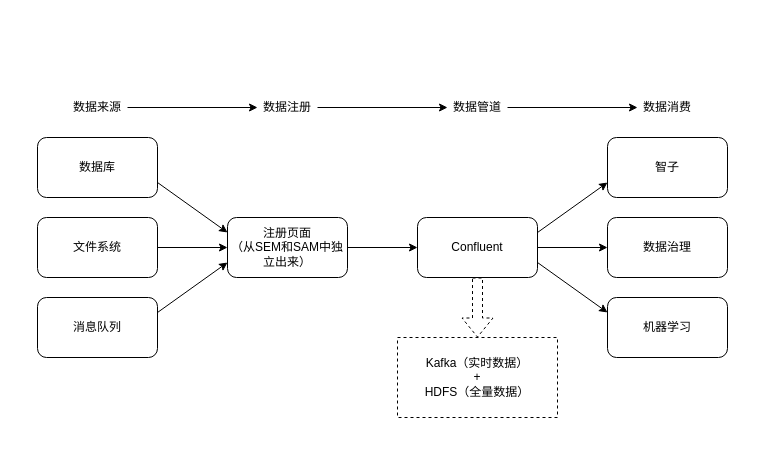
Above: 数据管道结构图.drawio in danielsunzhongyuan/drawio (draw.io), before the change. Source tidied: cells renumbered, new cells numbered last; positions are measured from the earlier drawing's top-left corner, leaving out a move shared by most shapes. Both pictures are drawn from the tidied source at 100%, with x=0, y=0 at pixel (37, 97).
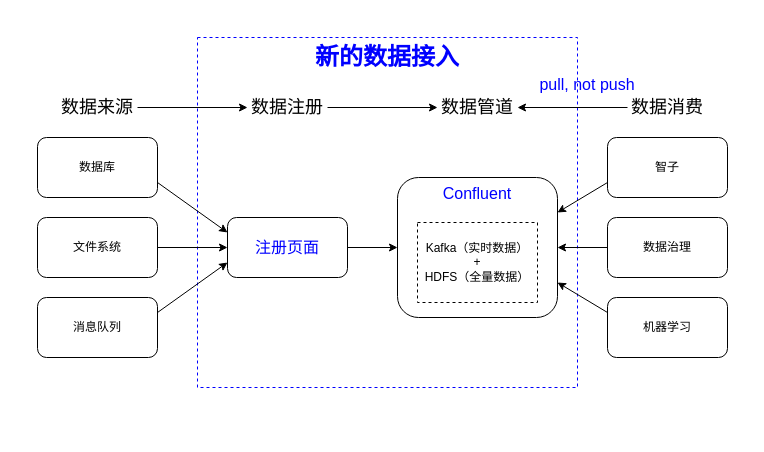
Above is the later version.

Commit message:
Update 数据管道结构图.drawio

The change refers to these unchanged cells:
```xml
<mxCell id="13" value="智子" style="rounded=1;whiteSpace=wrap;html=1;" parent="1" vertex="1">
  <mxGeometry x="570" y="40" width="120" height="60" as="geometry" />
</mxCell>
<mxCell id="19" value="数据治理" style="rounded=1;whiteSpace=wrap;html=1;" parent="1" vertex="1">
  <mxGeometry x="570" y="120" width="120" height="60" as="geometry" />
</mxCell>
<mxCell id="20" value="机器学习" style="rounded=1;whiteSpace=wrap;html=1;" parent="1" vertex="1">
  <mxGeometry x="570" y="200" width="120" height="60" as="geometry" />
</mxCell>
```

Diff of the diagram source:
```diff
@@
+    <mxCell id="27" style="rounded=0;whiteSpace=wrap;html=1;strokeColor=none;fillColor=none;gradientColor=none;fontSize=24;fontColor=#0000FF;" parent="1" vertex="1">
+      <mxGeometry x="-20" y="-80" width="730" height="390" as="geometry" />
+    </mxCell>
+    <mxCell id="28" style="rounded=0;whiteSpace=wrap;html=1;dashed=1;fillColor=none;gradientColor=none;strokeColor=#0000FF;" parent="1" vertex="1">
+      <mxGeometry x="160" y="-60" width="380" height="350" as="geometry" />
+    </mxCell>
@@
-    <mxCell id="3" value="数据来源" style="text;html=1;strokeColor=none;fillColor=none;align=center;verticalAlign=middle;whiteSpace=wrap;rounded=0;" parent="1" vertex="1">
-      <mxGeometry x="30" width="60" height="20" as="geometry" />
+    <mxCell id="3" value="数据来源" style="text;html=1;strokeColor=none;fillColor=none;align=center;verticalAlign=middle;whiteSpace=wrap;rounded=0;fontSize=18;" parent="1" vertex="1">
+      <mxGeometry x="20" width="80" height="20" as="geometry" />
     </mxCell>
@@
-    <mxCell id="5" value="数据注册" style="text;html=1;strokeColor=none;fillColor=none;align=center;verticalAlign=middle;whiteSpace=wrap;rounded=0;" parent="1" vertex="1">
-      <mxGeometry x="220" width="60" height="20" as="geometry" />
+    <mxCell id="5" value="数据注册" style="text;html=1;strokeColor=none;fillColor=none;align=center;verticalAlign=middle;whiteSpace=wrap;rounded=0;fontSize=18;" parent="1" vertex="1">
+      <mxGeometry x="210" width="80" height="20" as="geometry" />
     </mxCell>
-    <mxCell id="6" style="edgeStyle=orthogonalEdgeStyle;rounded=0;jettySize=auto;html=1;" parent="1" edge="1" source="7" target="8">
+    <mxCell id="6" style="edgeStyle=orthogonalEdgeStyle;rounded=0;jettySize=auto;html=1;" parent="1" edge="1" source="8" target="7">
       <mxGeometry relative="1" as="geometry" />
     </mxCell>
-    <mxCell id="7" value="数据管道&lt;br&gt;" style="text;html=1;strokeColor=none;fillColor=none;align=center;verticalAlign=middle;whiteSpace=wrap;rounded=0;" parent="1" vertex="1">
-      <mxGeometry x="410" width="60" height="20" as="geometry" />
+    <mxCell id="7" value="数据管道&lt;br style=&quot;font-size: 18px;&quot;&gt;" style="text;html=1;strokeColor=none;fillColor=none;align=center;verticalAlign=middle;whiteSpace=wrap;rounded=0;fontSize=18;" parent="1" vertex="1">
+      <mxGeometry x="400" width="80" height="20" as="geometry" />
     </mxCell>
-    <mxCell id="8" value="数据消费&lt;br&gt;" style="text;html=1;strokeColor=none;fillColor=none;align=center;verticalAlign=middle;whiteSpace=wrap;rounded=0;" parent="1" vertex="1">
-      <mxGeometry x="600" width="60" height="20" as="geometry" />
+    <mxCell id="8" value="数据消费&lt;br style=&quot;font-size: 18px;&quot;&gt;" style="text;html=1;strokeColor=none;fillColor=none;align=center;verticalAlign=middle;whiteSpace=wrap;rounded=0;fontSize=18;" parent="1" vertex="1">
+      <mxGeometry x="590" width="80" height="20" as="geometry" />
     </mxCell>
@@
-    <mxCell id="11" value="注册页面&lt;br&gt;（从SEM和SAM中独立出来）&lt;br&gt;" style="rounded=1;whiteSpace=wrap;html=1;" parent="1" vertex="1">
+    <mxCell id="11" value="&lt;font style=&quot;font-size: 16px&quot; color=&quot;#0000ff&quot;&gt;注册页面&lt;/font&gt;&lt;br&gt;" style="rounded=1;whiteSpace=wrap;html=1;" parent="1" vertex="1">
       <mxGeometry x="190" y="120" width="120" height="60" as="geometry" />
     </mxCell>
-    <mxCell id="12" value="Confluent" style="rounded=1;whiteSpace=wrap;html=1;" parent="1" vertex="1">
-      <mxGeometry x="380" y="120" width="120" height="60" as="geometry" />
+    <mxCell id="12" value="&lt;div style=&quot;text-align: center&quot;&gt;&lt;span&gt;&lt;font style=&quot;font-size: 16px&quot;&gt;Confluent&lt;/font&gt;&lt;/span&gt;&lt;/div&gt;" style="rounded=1;whiteSpace=wrap;html=1;verticalAlign=top;fontColor=#0000FF;" parent="1" vertex="1">
+      <mxGeometry x="360" y="80" width="160" height="140" as="geometry" />
     </mxCell>
@@
-    <mxCell id="21" style="endArrow=classic;html=1;exitX=1;exitY=0.25;exitDx=0;exitDy=0;entryX=0;entryY=0.75;entryDx=0;entryDy=0;" parent="1" edge="1" source="12" target="13">
+    <mxCell id="21" style="endArrow=classic;html=1;exitX=0;exitY=0.75;exitDx=0;exitDy=0;entryX=1;entryY=0.25;entryDx=0;entryDy=0;" parent="1" edge="1" source="13" target="12">
       <mxGeometry relative="1" as="geometry" />
     </mxCell>
-    <mxCell id="22" style="endArrow=classic;html=1;exitX=1;exitY=0.5;exitDx=0;exitDy=0;entryX=0;entryY=0.5;entryDx=0;entryDy=0;" parent="1" edge="1" source="12" target="19">
+    <mxCell id="22" style="endArrow=classic;html=1;exitX=0;exitY=0.5;exitDx=0;exitDy=0;entryX=1;entryY=0.5;entryDx=0;entryDy=0;" parent="1" edge="1" source="19" target="12">
       <mxGeometry relative="1" as="geometry" />
     </mxCell>
-    <mxCell id="23" style="endArrow=classic;html=1;exitX=1;exitY=0.75;exitDx=0;exitDy=0;entryX=0;entryY=0.25;entryDx=0;entryDy=0;" parent="1" edge="1" source="12" target="20">
+    <mxCell id="23" style="endArrow=classic;html=1;exitX=0;exitY=0.25;exitDx=0;exitDy=0;entryX=1;entryY=0.75;entryDx=0;entryDy=0;" parent="1" edge="1" source="20" target="12">
       <mxGeometry relative="1" as="geometry" />
     </mxCell>
-    <mxCell id="24" style="shape=flexArrow;endArrow=classic;html=1;exitX=0.5;exitY=1;exitDx=0;exitDy=0;dashed=1;" parent="1" edge="1" source="25">
-      <mxGeometry relative="1" as="geometry">
-        <mxPoint x="440" y="320" as="targetPoint" />
-      </mxGeometry>
-    </mxCell>
     <mxCell id="25" value="Kafka（实时数据）&lt;br&gt;+&lt;br&gt;HDFS（全量数据）&lt;br&gt;" style="rounded=0;whiteSpace=wrap;html=1;dashed=1;" parent="1" vertex="1">
-      <mxGeometry x="360" y="240" width="160" height="80" as="geometry" />
+      <mxGeometry x="380" y="125" width="120" height="80" as="geometry" />
     </mxCell>
-    <mxCell id="26" style="shape=flexArrow;endArrow=classic;html=1;exitX=0.5;exitY=1;exitDx=0;exitDy=0;dashed=1;" parent="1" edge="1" source="12" target="25">
-      <mxGeometry relative="1" as="geometry" />
-    </mxCell>
+    <mxCell id="29" value="新的数据接入" style="text;html=1;strokeColor=none;fillColor=none;align=center;verticalAlign=middle;whiteSpace=wrap;rounded=0;dashed=1;fontSize=24;fontStyle=1;fontColor=#0000FF;" parent="1" vertex="1">
+      <mxGeometry x="270" y="-50" width="160" height="20" as="geometry" />
+    </mxCell>
+    <mxCell id="30" value="&lt;font style=&quot;font-size: 16px&quot;&gt;pull, not push&lt;/font&gt;" style="text;html=1;strokeColor=none;fillColor=none;align=center;verticalAlign=middle;whiteSpace=wrap;rounded=0;dashed=1;fontSize=24;fontColor=#0000FF;" parent="1" vertex="1">
+      <mxGeometry x="500" y="-30" width="100" height="30" as="geometry" />
+    </mxCell>
```
